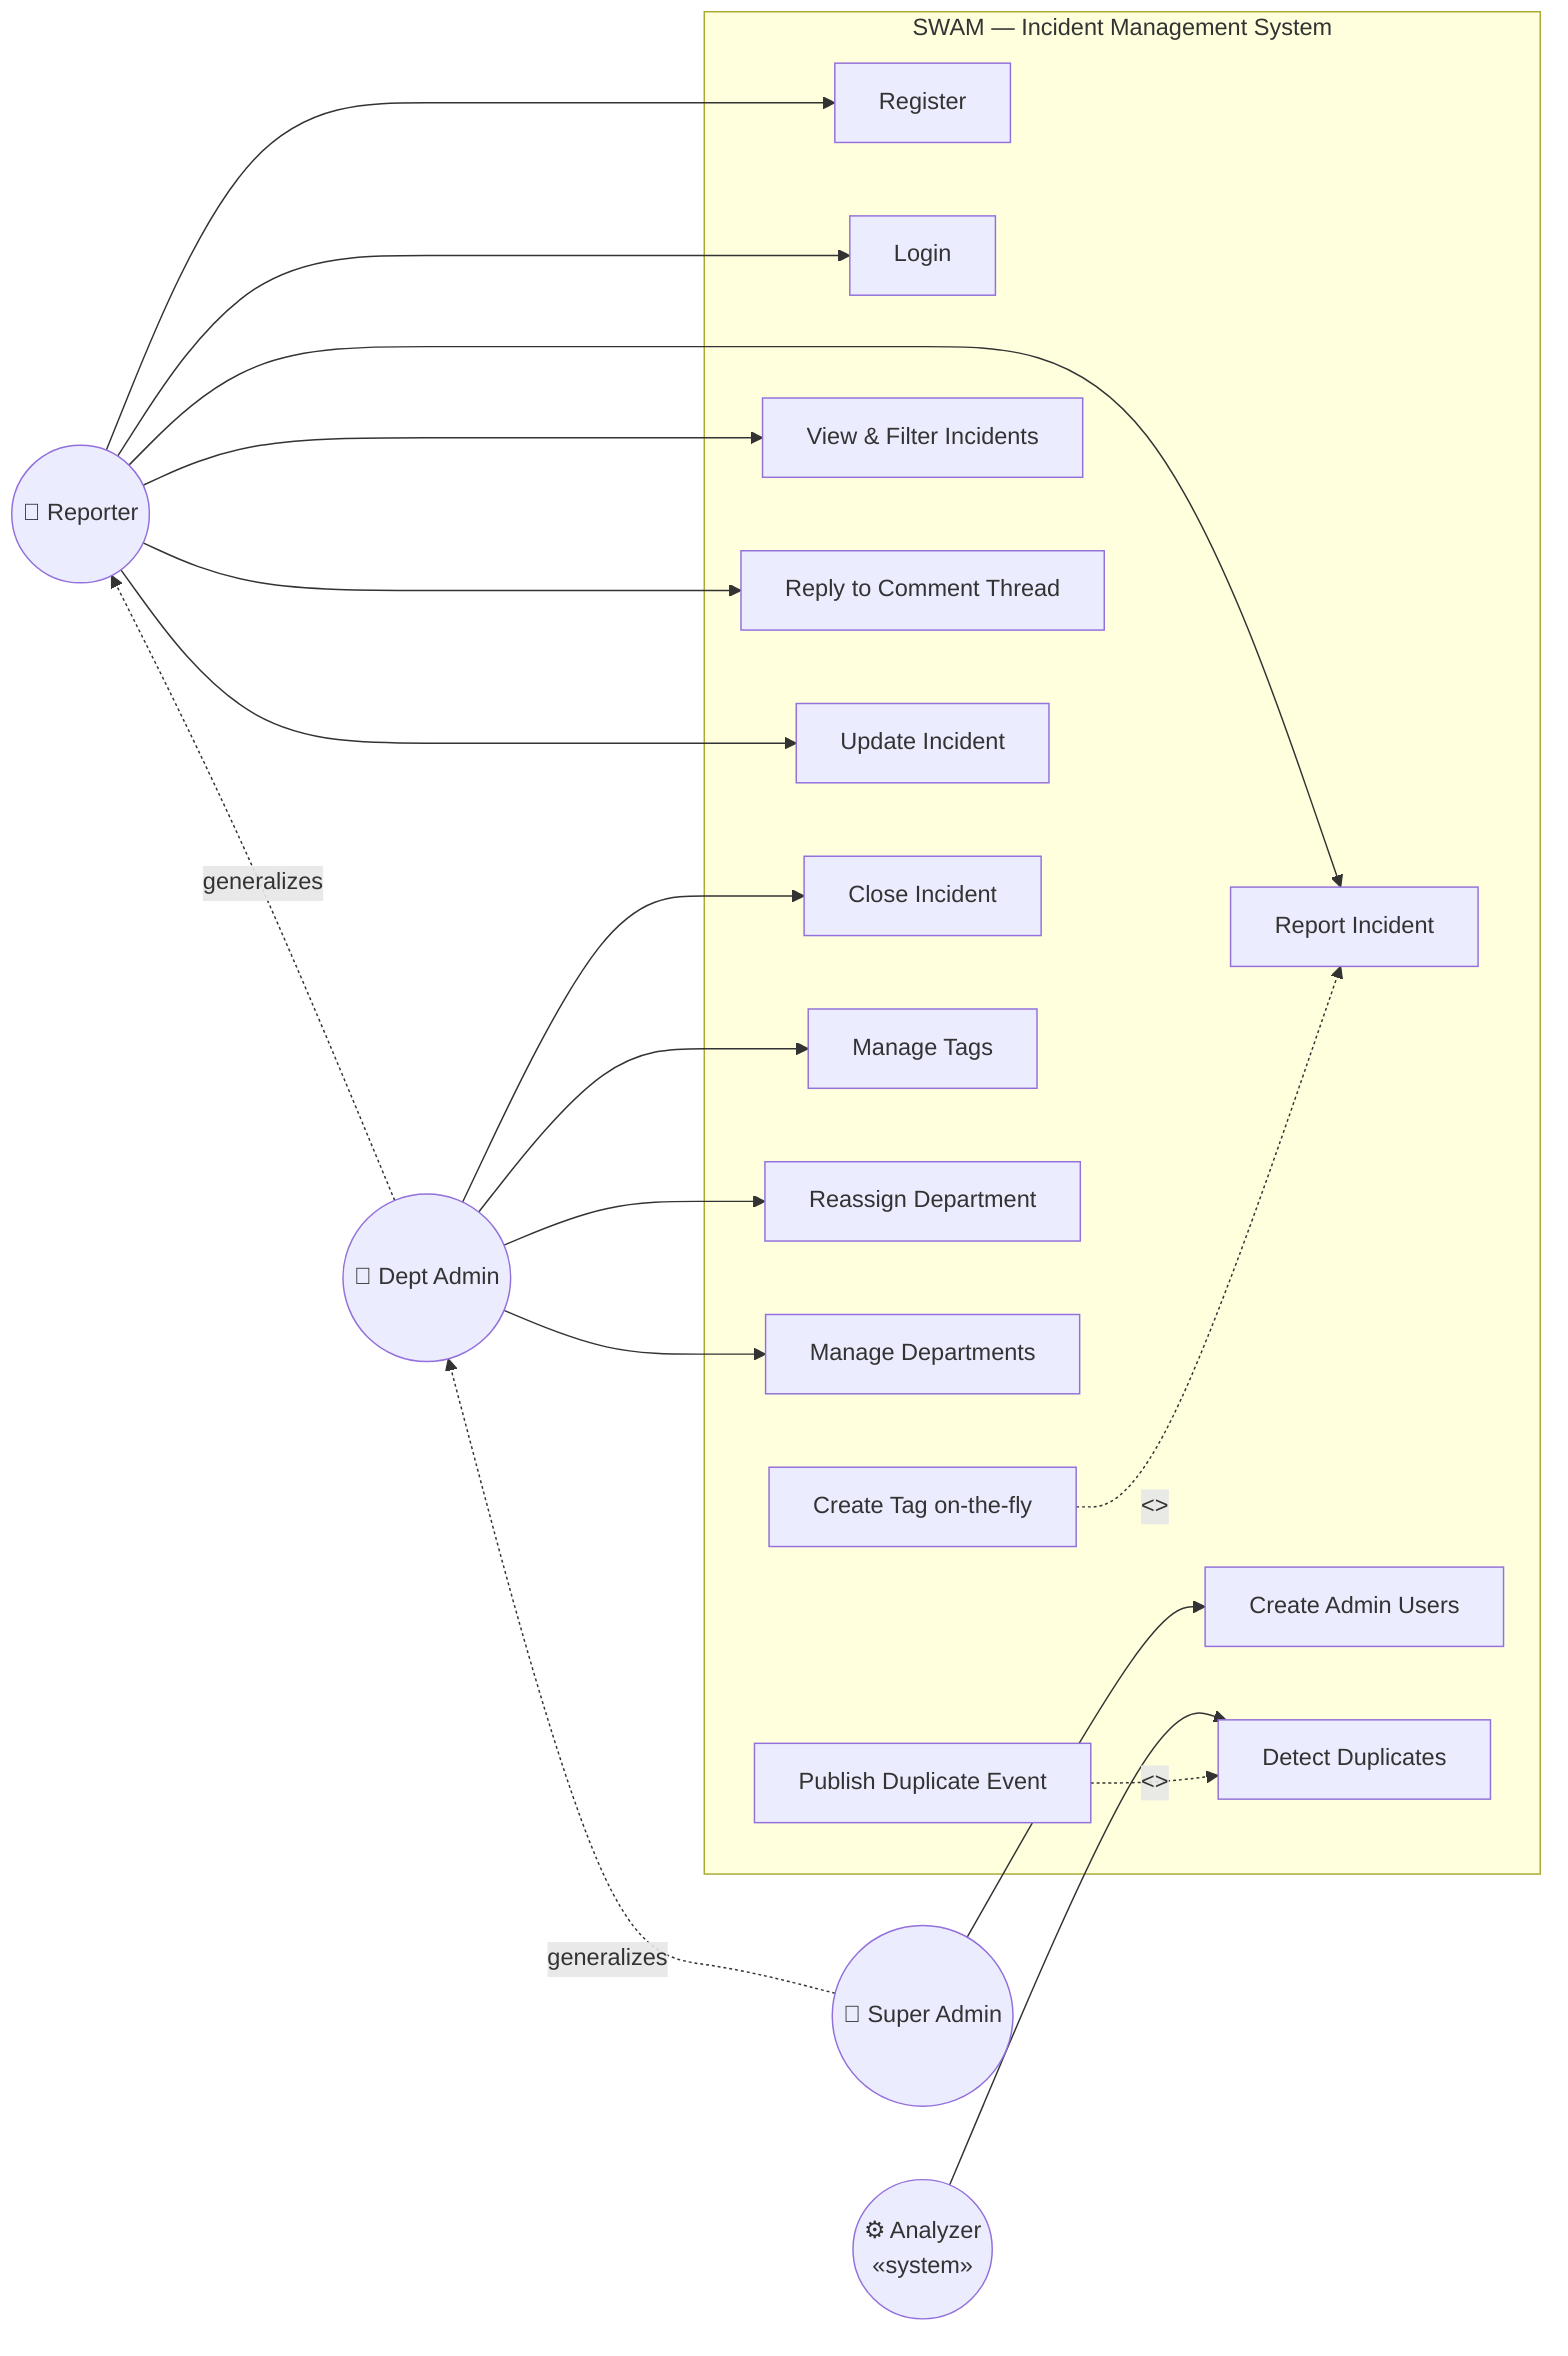
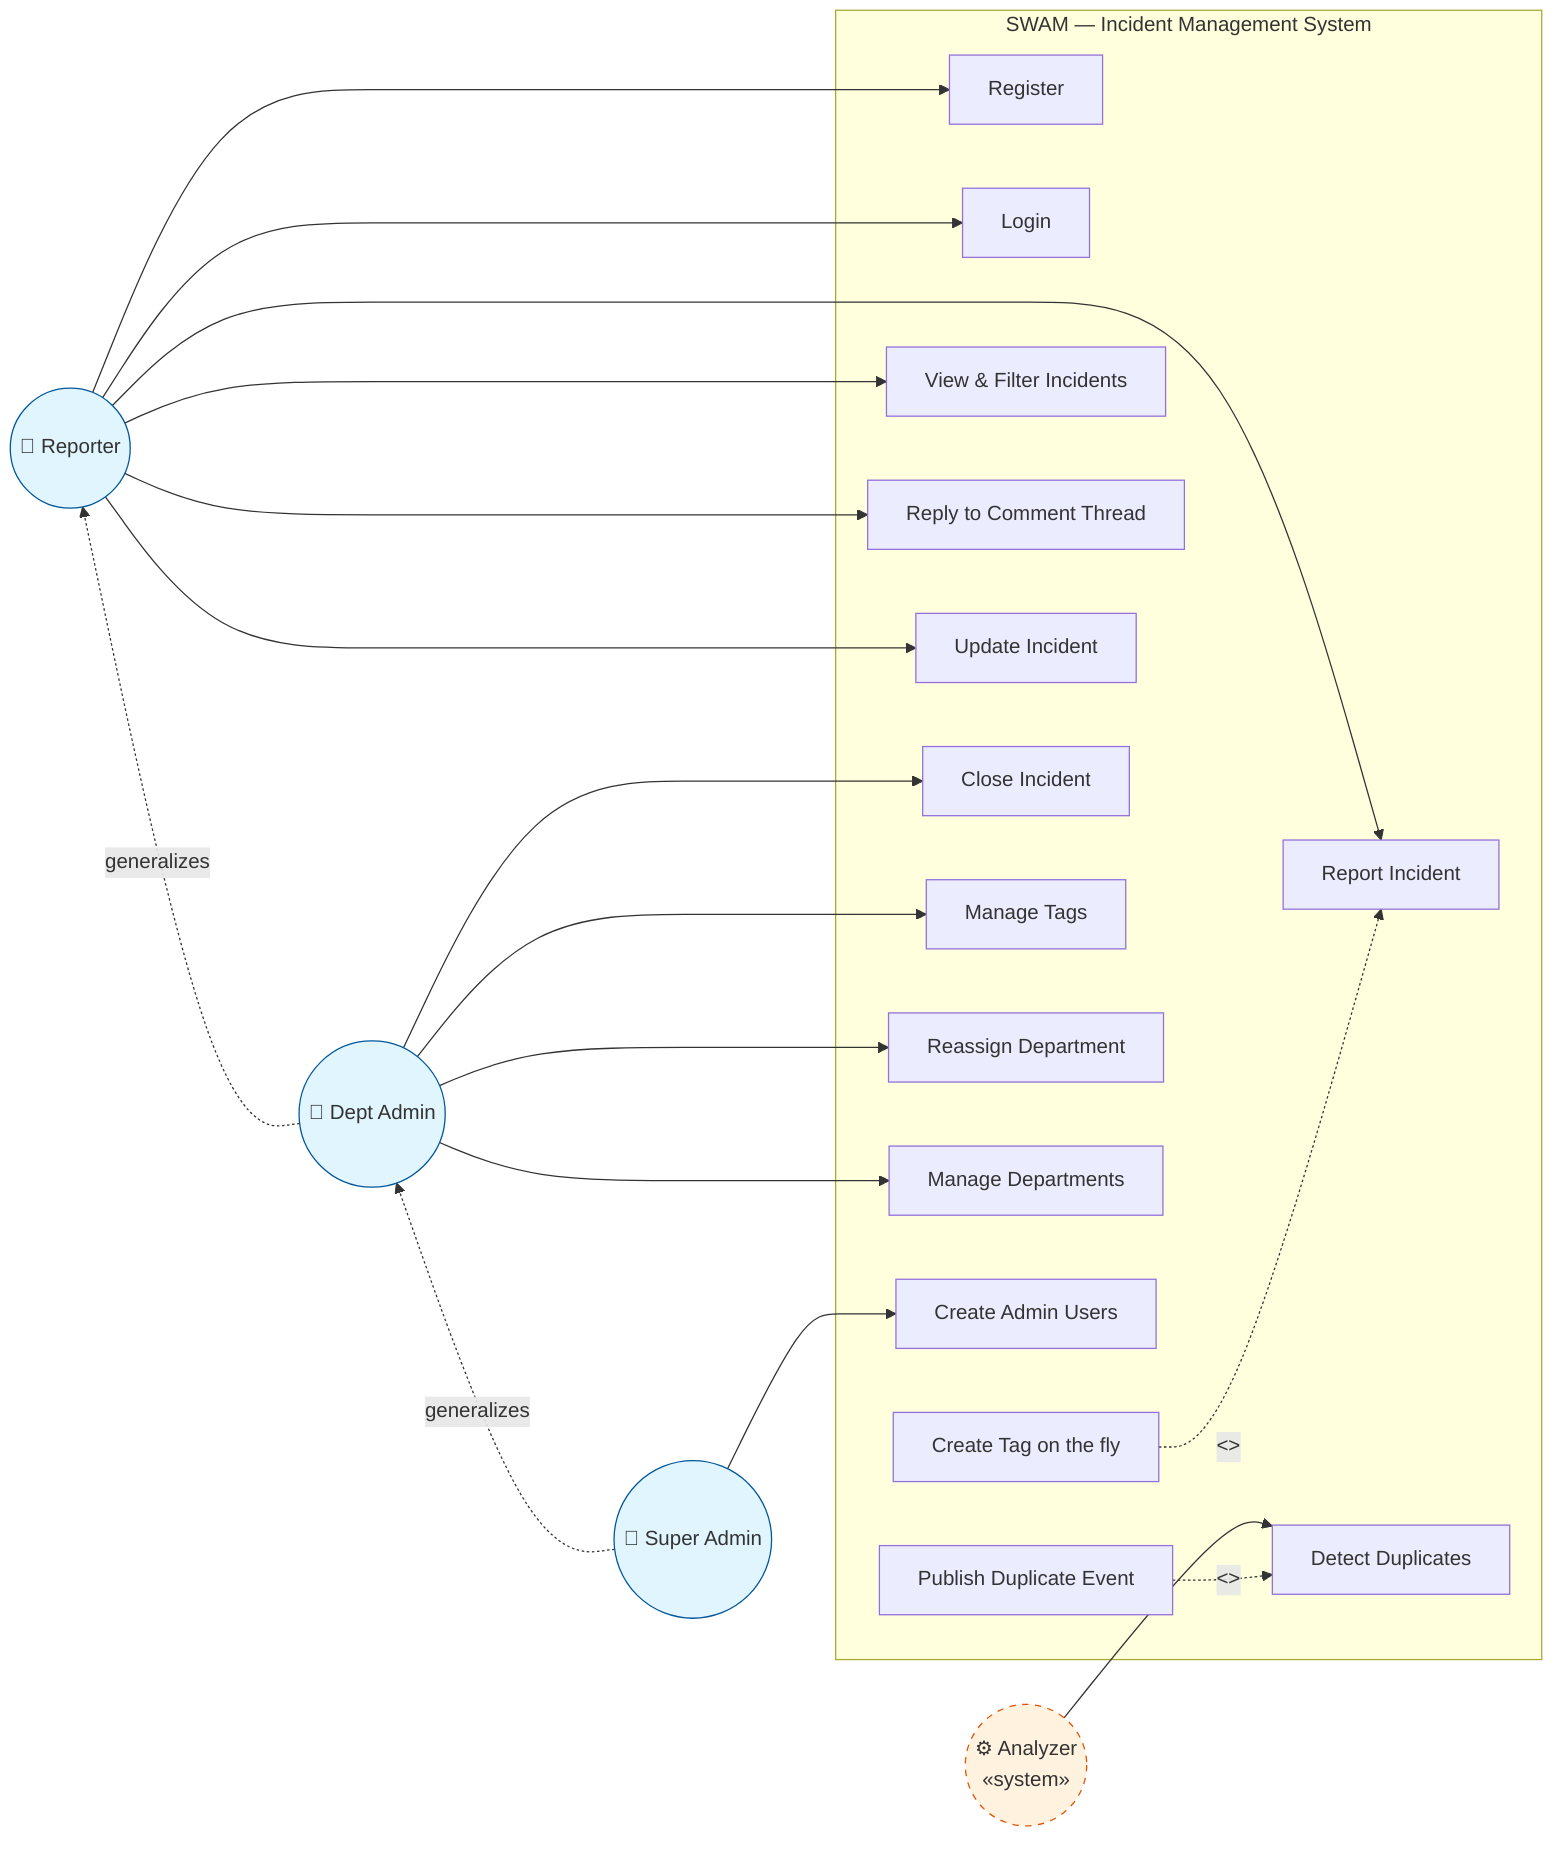
flowchart LR
    subgraph SWAM [SWAM — Incident Management System]
-         %% Reporter Use Cases (Top)
        UC1[Register]
        UC2[Login]
        UC3[Report Incident]
-         UC4[Create Tag on-the-fly]
+         UC4[Create Tag on the fly]
        UC5[View & Filter Incidents]
        UC6[Reply to Comment Thread]
        UC14[Update Incident]
- 
-         %% Dept Admin Use Cases (Middle)
        UC8[Close Incident]
        UC10[Manage Tags]
        UC13[Reassign Department]
        UC15[Manage Departments]
- 
-         %% Super Admin Use Cases (Bottom)
        UC16[Create Admin Users]
- 
-         %% System Use Cases (Right)
        UC17[Detect Duplicates]
        UC18[Publish Duplicate Event]
    end

-     %% Using quotes ensures the arrows render the brackets correctly
-     UC4 -.->|"<<extend>>"| UC3
-     UC18 -.->|"<<extend>>"| UC17
+     %% Actors
+     Reporter((👤 Reporter))
+     DeptAdmin((👤 Dept Admin))
+     SuperAdmin((👤 Super Admin))
+     Analyzer((⚙️ Analyzer<br/>«system»))

-     %% Actors with Icons (stacked vertically on the left)
-     Reporter(("👤 Reporter"))
-     DeptAdmin(("👤 Dept Admin"))
-     SuperAdmin(("👤 Super Admin"))
- 
-     %% System Actor
-     Analyzer(("⚙️ Analyzer\n«system»"))
- 
-     %% Align human actors vertically
+     %% Vertical alignment on the left
    Reporter ~~~ DeptAdmin
    DeptAdmin ~~~ SuperAdmin
+     SuperAdmin ~~~ Analyzer

    %% Actor Generalization
    DeptAdmin -.->|generalizes| Reporter
    SuperAdmin -.->|generalizes| DeptAdmin

-     %% Reporter base use cases
+     %% Relationships
    Reporter --> UC1
    Reporter --> UC2
    Reporter --> UC3
    Reporter --> UC5
    Reporter --> UC6
    Reporter --> UC14

-     %% Department Admin specific use cases
    DeptAdmin --> UC8
    DeptAdmin --> UC10
    DeptAdmin --> UC13
    DeptAdmin --> UC15

-     %% Super Admin specific use cases
    SuperAdmin --> UC16

-     %% System Actor Use Cases
-     Analyzer --> UC17+     Analyzer --> UC17
+ 
+     %% Extend relationships
+     UC4 -.->|"<<extend>>"| UC3
+     UC18 -.->|"<<extend>>"| UC17
+ 
+     %% Styling
+     style Reporter fill:#e1f5fe,stroke:#01579b
+     style DeptAdmin fill:#e1f5fe,stroke:#01579b
+     style SuperAdmin fill:#e1f5fe,stroke:#01579b
+     style Analyzer fill:#fff3e0,stroke:#e65100,stroke-dasharray: 5 5